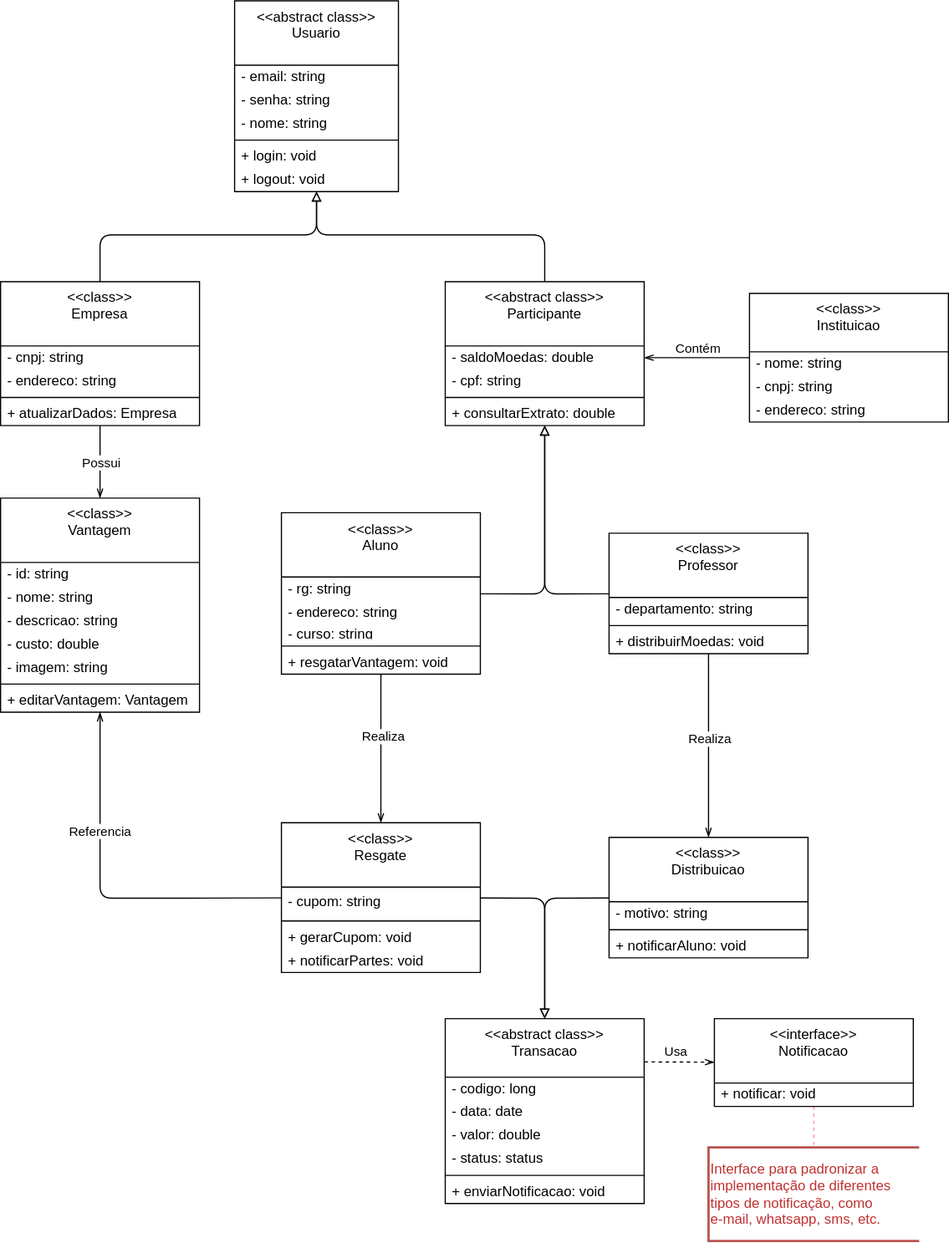
The draw.io diagram projeto/DiagramaDeClasse.drawio.svg in marcosffp/Sistema-Merito-Digital, before a commit. Source tidied: cells renumbered, new cells last; positions are measured from the earlier drawing's top-left corner, leaving out a move shared by most shapes.
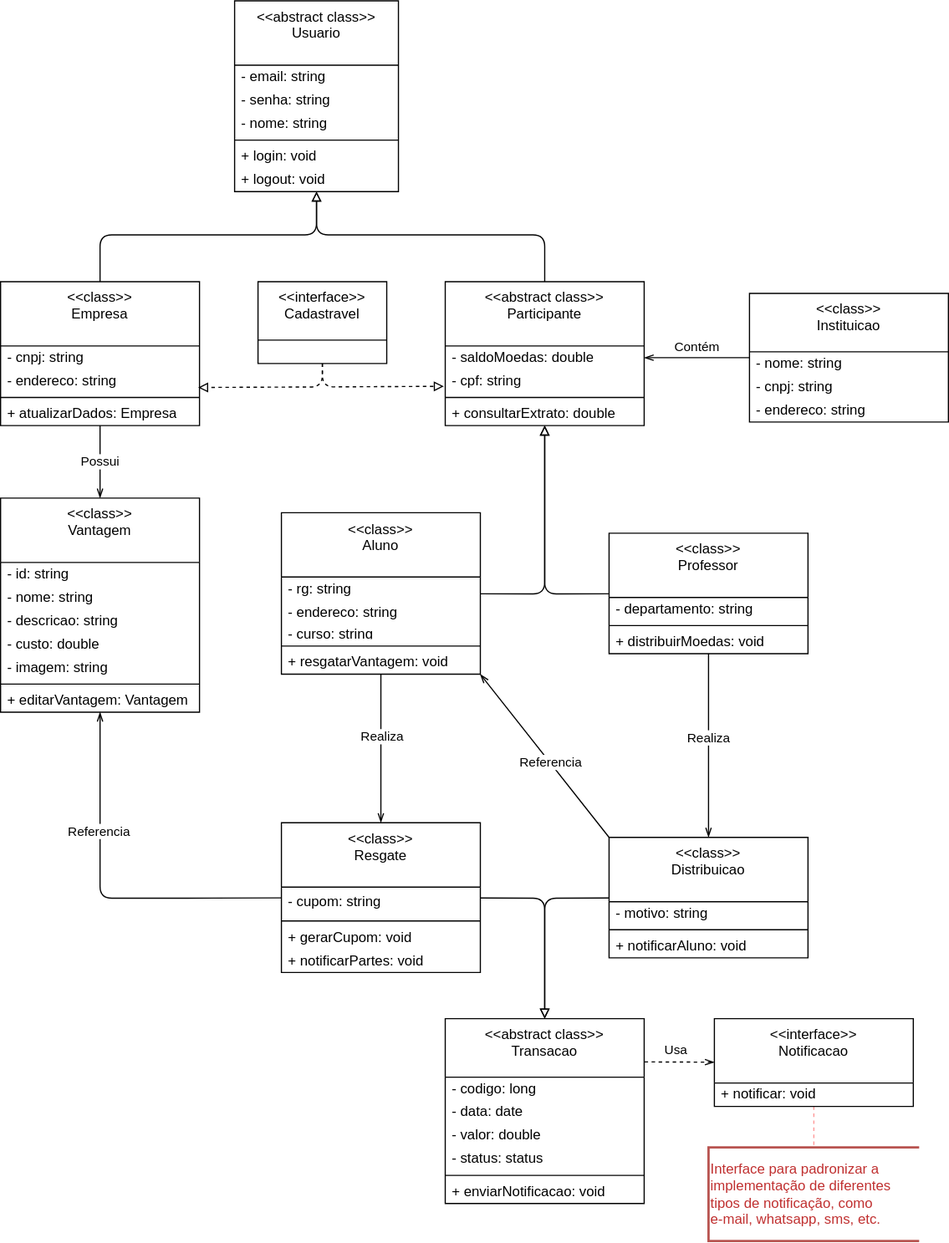
After the commit.

What changed in the source:
```diff
@@ -270,5 +270,28 @@
         <mxPoint y="-9" as="offset" />
       </mxGeometry>
     </mxCell>
+    <mxCell id="79" style="edgeStyle=none;html=1;endArrow=openThin;endFill=0;exitX=0;exitY=0;exitDx=0;exitDy=0;entryX=0.999;entryY=0.997;entryDx=0;entryDy=0;entryPerimeter=0;" parent="1" edge="1" source="55" target="39">
+      <mxGeometry relative="1" as="geometry" />
+    </mxCell>
+    <mxCell id="80" value="Referencia" style="edgeLabel;html=1;align=center;verticalAlign=middle;" parent="79" vertex="1">
+      <mxGeometry x="-0.08" relative="1" as="geometry" />
+    </mxCell>
+    <mxCell id="81" style="edgeStyle=none;html=1;entryX=-0.007;entryY=0.723;entryDx=0;entryDy=0;entryPerimeter=0;dashed=1;endArrow=block;endFill=0;" parent="1" edge="1" source="82" target="28">
+      <mxGeometry relative="1" as="geometry">
+        <Array as="points">
+          <mxPoint x="275" y="330" />
+        </Array>
+      </mxGeometry>
+    </mxCell>
+    <mxCell id="82" value="&amp;lt;&amp;lt;interface&amp;gt;&amp;gt;&lt;div&gt;Cadastravel&lt;/div&gt;" style="swimlane;fontStyle=0;align=center;verticalAlign=top;horizontal=1;startSize=50;html=1;whiteSpace=wrap;" parent="1" vertex="1">
+      <mxGeometry x="220" y="240" width="110" height="70" as="geometry" />
+    </mxCell>
+    <mxCell id="83" style="edgeStyle=none;html=1;entryX=0.993;entryY=0.772;entryDx=0;entryDy=0;entryPerimeter=0;endArrow=block;endFill=0;dashed=1;" parent="1" edge="1" source="82" target="14">
+      <mxGeometry relative="1" as="geometry">
+        <Array as="points">
+          <mxPoint x="275" y="330" />
+        </Array>
+      </mxGeometry>
+    </mxCell>
   </root>
 </mxGraphModel>
```
